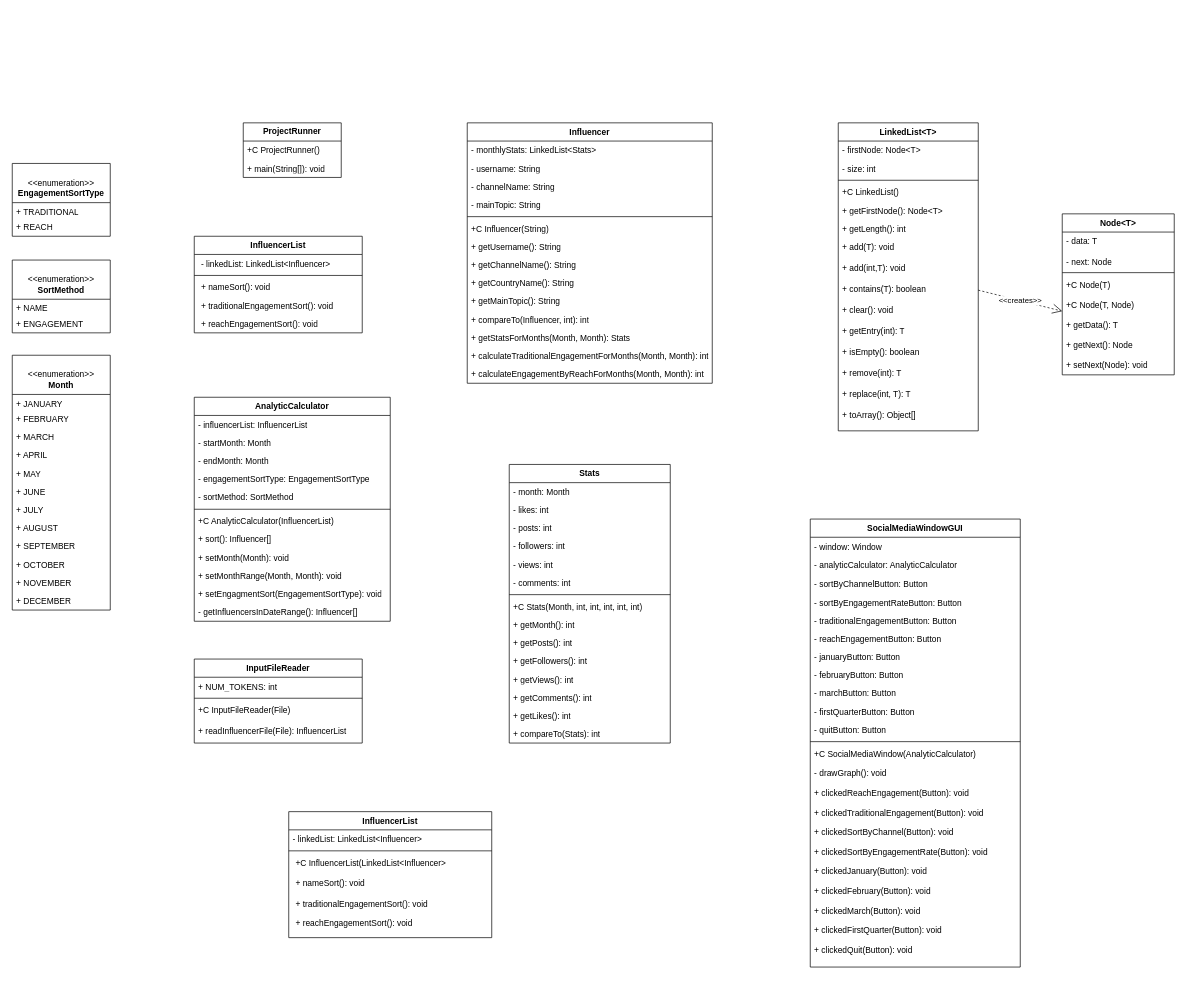
joshuap00/Prj5_UML keeps this draw.io diagram as Project5_UML.drawio. Above is the earlier version. Source tidied: cells renumbered, new cells numbered last; positions are measured from the earlier drawing's top-left corner, leaving out a move shared by most shapes. Both pictures are drawn from the tidied source at 70%, with x=0, y=0 at pixel (12, 122).
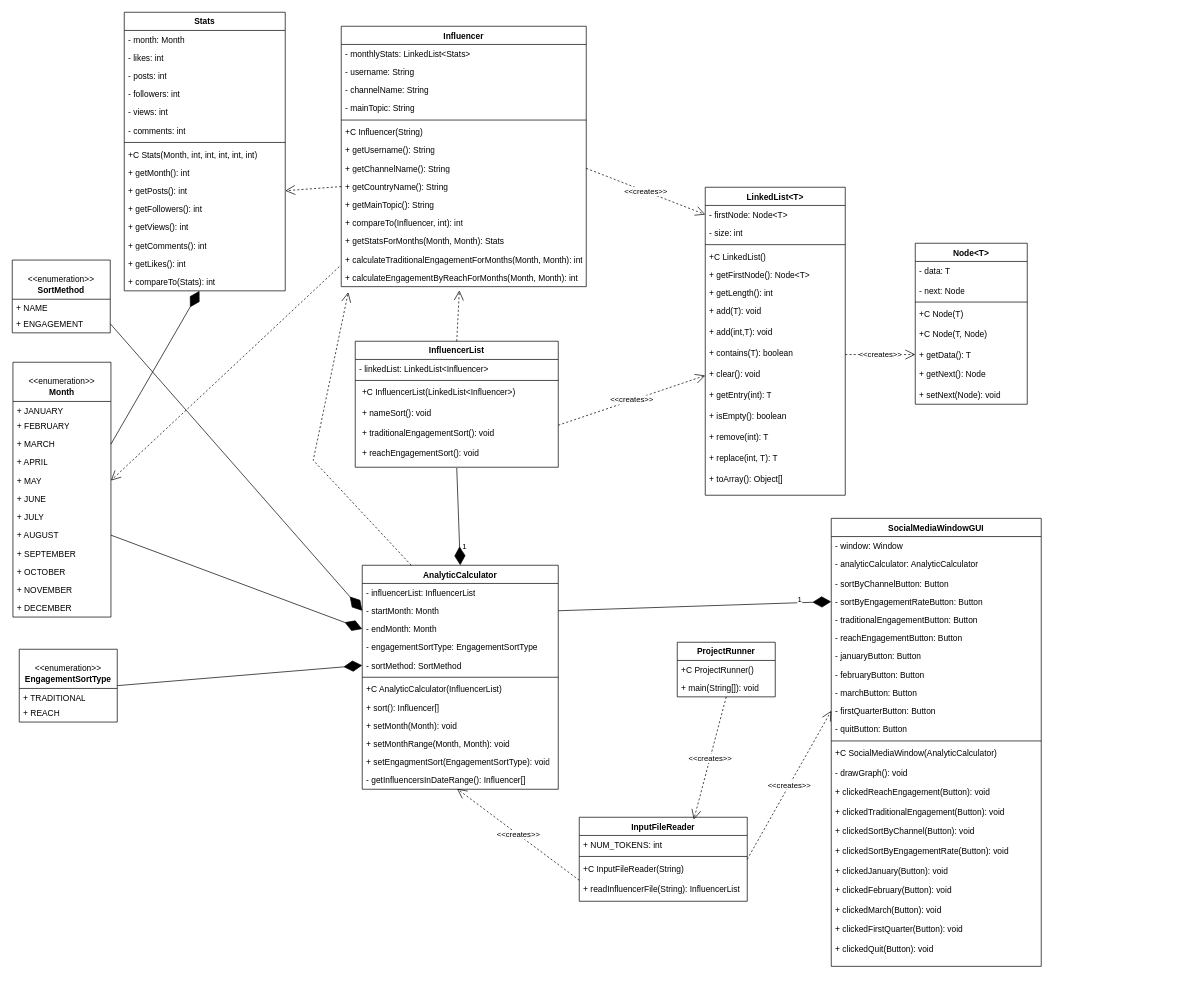
The same page after the edit.

Unchanged cells that the change refers to:
```xml
<mxCell id="10" value="+ getChannelName(): String" style="text;strokeColor=none;fillColor=none;align=left;verticalAlign=top;spacingLeft=4;spacingRight=4;overflow=hidden;points=[[0,0.5],[1,0.5]];portConstraint=eastwest;whiteSpace=wrap;html=1;" parent="2" vertex="1">
  <mxGeometry y="190" width="350" height="26" as="geometry" />
</mxCell>
<mxCell id="11" value="+ getCountryName(): String" style="text;strokeColor=none;fillColor=none;align=left;verticalAlign=top;spacingLeft=4;spacingRight=4;overflow=hidden;points=[[0,0.5],[1,0.5]];portConstraint=eastwest;whiteSpace=wrap;html=1;" parent="2" vertex="1">
  <mxGeometry y="216" width="350" height="26" as="geometry" />
</mxCell>
<mxCell id="15" value="+ calculateTraditionalEngagementForMonths(Month, Month): int" style="text;strokeColor=none;fillColor=none;align=left;verticalAlign=top;spacingLeft=4;spacingRight=4;overflow=hidden;points=[[0,0.5],[1,0.5]];portConstraint=eastwest;whiteSpace=wrap;html=1;" parent="2" vertex="1">
  <mxGeometry y="320" width="350" height="26" as="geometry" />
</mxCell>
<mxCell id="16" value="+ calculateEngagementByReachForMonths(Month, Month): int" style="text;strokeColor=none;fillColor=none;align=left;verticalAlign=top;spacingLeft=4;spacingRight=4;overflow=hidden;points=[[0,0.5],[1,0.5]];portConstraint=eastwest;whiteSpace=wrap;html=1;" parent="2" vertex="1">
  <mxGeometry y="346" width="350" height="26" as="geometry" />
</mxCell>
<mxCell id="18" value="- firstNode: Node&lt;T&gt;&#10;" style="text;align=left;verticalAlign=top;spacingLeft=4;spacingRight=4;overflow=hidden;points=[[0,0.5],[1,0.5]];portConstraint=eastwest;rounded=0;shadow=0;html=0;" parent="17" vertex="1">
  <mxGeometry y="26" width="200" height="26" as="geometry" />
</mxCell>
<mxCell id="27" value="+ clear(): void" style="text;strokeColor=none;fillColor=none;align=left;verticalAlign=top;spacingLeft=4;spacingRight=4;overflow=hidden;points=[[0,0.5],[1,0.5]];portConstraint=eastwest;whiteSpace=wrap;html=1;" parent="17" vertex="1">
  <mxGeometry y="254" width="200" height="30" as="geometry" />
</mxCell>
<mxCell id="40" value="+ MARCH" style="text;strokeColor=none;fillColor=none;align=left;verticalAlign=top;spacingLeft=4;spacingRight=4;overflow=hidden;points=[[0,0.5],[1,0.5]];portConstraint=eastwest;whiteSpace=wrap;html=1;" parent="37" vertex="1">
  <mxGeometry y="104" width="140" height="26" as="geometry" />
</mxCell>
<mxCell id="42" value="+ MAY" style="text;strokeColor=none;fillColor=none;align=left;verticalAlign=top;spacingLeft=4;spacingRight=4;overflow=hidden;points=[[0,0.5],[1,0.5]];portConstraint=eastwest;whiteSpace=wrap;html=1;" parent="37" vertex="1">
  <mxGeometry y="156" width="140" height="26" as="geometry" />
</mxCell>
<mxCell id="45" value="+ AUGUST" style="text;strokeColor=none;fillColor=none;align=left;verticalAlign=top;spacingLeft=4;spacingRight=4;overflow=hidden;points=[[0,0.5],[1,0.5]];portConstraint=eastwest;whiteSpace=wrap;html=1;" parent="37" vertex="1">
  <mxGeometry y="234" width="140" height="26" as="geometry" />
</mxCell>
<mxCell id="52" value="- startMonth: Month" style="text;strokeColor=none;fillColor=none;align=left;verticalAlign=top;spacingLeft=4;spacingRight=4;overflow=hidden;points=[[0,0.5],[1,0.5]];portConstraint=eastwest;whiteSpace=wrap;html=1;" parent="50" vertex="1">
  <mxGeometry y="52" width="280" height="26" as="geometry" />
</mxCell>
<mxCell id="53" value="- endMonth: Month" style="text;strokeColor=none;fillColor=none;align=left;verticalAlign=top;spacingLeft=4;spacingRight=4;overflow=hidden;points=[[0,0.5],[1,0.5]];portConstraint=eastwest;whiteSpace=wrap;html=1;" parent="50" vertex="1">
  <mxGeometry y="78" width="280" height="26" as="geometry" />
</mxCell>
<mxCell id="55" value="- sortMethod: SortMethod&lt;div&gt;&lt;br&gt;&lt;/div&gt;" style="text;strokeColor=none;fillColor=none;align=left;verticalAlign=top;spacingLeft=4;spacingRight=4;overflow=hidden;points=[[0,0.5],[1,0.5]];portConstraint=eastwest;whiteSpace=wrap;html=1;" parent="50" vertex="1">
  <mxGeometry y="130" width="280" height="26" as="geometry" />
</mxCell>
<mxCell id="62" value="- getInfluencersInDateRange(): Influencer[]" style="text;strokeColor=none;fillColor=none;align=left;verticalAlign=top;spacingLeft=4;spacingRight=4;overflow=hidden;points=[[0,0.5],[1,0.5]];portConstraint=eastwest;whiteSpace=wrap;html=1;" parent="50" vertex="1">
  <mxGeometry y="294" width="280" height="26" as="geometry" />
</mxCell>
<mxCell id="73" value="+ getPosts(): int" style="text;strokeColor=none;fillColor=none;align=left;verticalAlign=top;spacingLeft=4;spacingRight=4;overflow=hidden;points=[[0,0.5],[1,0.5]];portConstraint=eastwest;whiteSpace=wrap;html=1;" parent="63" vertex="1">
  <mxGeometry y="242" width="230" height="26" as="geometry" />
</mxCell>
<mxCell id="78" value="+ compareTo(Stats): int" style="text;strokeColor=none;fillColor=none;align=left;verticalAlign=top;spacingLeft=4;spacingRight=4;overflow=hidden;points=[[0,0.5],[1,0.5]];portConstraint=eastwest;whiteSpace=wrap;html=1;" parent="63" vertex="1">
  <mxGeometry y="372" width="230" height="26" as="geometry" />
</mxCell>
<mxCell id="83" value="- sortByEngagementRateButton: Button" style="text;align=left;verticalAlign=top;spacingLeft=4;spacingRight=4;overflow=hidden;points=[[0,0.5],[1,0.5]];portConstraint=eastwest;" parent="79" vertex="1">
  <mxGeometry y="106" width="300" height="26" as="geometry" />
</mxCell>
<mxCell id="89" value="- firstQuarterButton: Button" style="text;align=left;verticalAlign=top;spacingLeft=4;spacingRight=4;overflow=hidden;points=[[0,0.5],[1,0.5]];portConstraint=eastwest;" parent="79" vertex="1">
  <mxGeometry y="262" width="300" height="26" as="geometry" />
</mxCell>
<mxCell id="116" value="+ ENGAGEMENT" style="text;strokeColor=none;fillColor=none;align=left;verticalAlign=top;spacingLeft=4;spacingRight=4;overflow=hidden;points=[[0,0.5],[1,0.5]];portConstraint=eastwest;whiteSpace=wrap;html=1;" parent="114" vertex="1">
  <mxGeometry y="78" width="140" height="26" as="geometry" />
</mxCell>
```

Diff of the diagram source:
```diff
@@
     <mxCell id="2" value="Influencer" style="swimlane;fontStyle=1;align=center;verticalAlign=top;horizontal=1;startSize=26;rounded=0;shadow=0;strokeWidth=1;labelBackgroundColor=default;" parent="1" vertex="1">
-      <mxGeometry x="650" width="350" height="372" as="geometry" />
+      <mxGeometry x="470" y="-138" width="350" height="372" as="geometry" />
     </mxCell>
@@
     <mxCell id="17" value="LinkedList&lt;T&gt;" style="swimlane;fontStyle=1;align=center;verticalAlign=top;horizontal=1;startSize=26;rounded=0;shadow=0;strokeWidth=1;" parent="1" vertex="1">
-      <mxGeometry x="1180" width="200" height="440" as="geometry" />
+      <mxGeometry x="990" y="92" width="200" height="440" as="geometry" />
     </mxCell>
@@
     <mxCell id="33" value="InputFileReader" style="swimlane;fontStyle=1;align=center;verticalAlign=top;horizontal=1;startSize=26;whiteSpace=wrap;html=1;" parent="1" vertex="1">
-      <mxGeometry x="260" y="766" width="240" height="120" as="geometry" />
+      <mxGeometry x="810" y="992" width="240" height="120" as="geometry" />
     </mxCell>
@@
-    <mxCell id="36" value="&lt;div&gt;+C InputFileReader(File)&lt;/div&gt;&lt;div&gt;&lt;br&gt;&lt;/div&gt;+ readInfluencerFile(File): InfluencerList&lt;div&gt;&lt;div&gt;&lt;br&gt;&lt;/div&gt;&lt;/div&gt;" style="text;strokeColor=none;fillColor=none;align=left;verticalAlign=top;spacingLeft=4;spacingRight=4;overflow=hidden;points=[[0,0.5],[1,0.5]];portConstraint=eastwest;whiteSpace=wrap;html=1;" parent="33" vertex="1">
+    <mxCell id="36" value="&lt;div&gt;+C InputFileReader(String)&lt;/div&gt;&lt;div&gt;&lt;br&gt;&lt;/div&gt;+ readInfluencerFile(String): InfluencerList&lt;div&gt;&lt;div&gt;&lt;br&gt;&lt;/div&gt;&lt;/div&gt;" style="text;strokeColor=none;fillColor=none;align=left;verticalAlign=top;spacingLeft=4;spacingRight=4;overflow=hidden;points=[[0,0.5],[1,0.5]];portConstraint=eastwest;whiteSpace=wrap;html=1;" parent="33" vertex="1">
       <mxGeometry y="60" width="240" height="60" as="geometry" />
     </mxCell>
     <mxCell id="37" value="&lt;div&gt;&lt;span style=&quot;font-weight: normal;&quot;&gt;&lt;br&gt;&lt;/span&gt;&lt;/div&gt;&lt;div&gt;&lt;span style=&quot;font-weight: normal;&quot;&gt;&amp;lt;&amp;lt;enumeration&amp;gt;&amp;gt;&lt;/span&gt;&lt;/div&gt;Month" style="swimlane;fontStyle=1;horizontal=1;startSize=56;fillColor=none;whiteSpace=wrap;html=1;" parent="1" vertex="1">
-      <mxGeometry y="332" width="140" height="364" as="geometry" />
+      <mxGeometry x="1" y="342" width="140" height="364" as="geometry" />
     </mxCell>
@@
     <mxCell id="50" value="AnalyticCalculator" style="swimlane;fontStyle=1;align=center;verticalAlign=top;horizontal=1;startSize=26;whiteSpace=wrap;html=1;" parent="1" vertex="1">
-      <mxGeometry x="260" y="392" width="280" height="320" as="geometry" />
+      <mxGeometry x="500" y="632" width="280" height="320" as="geometry" />
     </mxCell>
@@
     <mxCell id="63" value="&lt;b&gt;Stats&lt;/b&gt;" style="swimlane;fontStyle=1;horizontal=1;startSize=26;fillColor=none;whiteSpace=wrap;html=1;" parent="1" vertex="1">
-      <mxGeometry x="710" y="488" width="230" height="398" as="geometry" />
+      <mxGeometry x="160" y="-158" width="230" height="398" as="geometry" />
     </mxCell>
@@
     <mxCell id="79" value="SocialMediaWindowGUI" style="swimlane;fontStyle=1;align=center;verticalAlign=top;horizontal=1;startSize=26;rounded=0;shadow=0;strokeWidth=1;" parent="1" vertex="1">
-      <mxGeometry x="1140" y="566" width="300" height="640" as="geometry" />
+      <mxGeometry x="1170" y="565" width="300" height="640" as="geometry" />
     </mxCell>
@@
     <mxCell id="93" value="&lt;div&gt;&lt;br&gt;&lt;/div&gt;&lt;div&gt;&amp;lt;&amp;lt;enumeration&amp;gt;&amp;gt;&lt;/div&gt;&lt;b&gt;EngagementSortType&lt;/b&gt;" style="swimlane;fontStyle=0;horizontal=1;startSize=56;fillColor=none;whiteSpace=wrap;html=1;" parent="1" vertex="1">
-      <mxGeometry y="58" width="140" height="104" as="geometry" />
+      <mxGeometry x="10" y="752" width="140" height="104" as="geometry" />
     </mxCell>
@@
     <mxCell id="96" value="InfluencerList" style="swimlane;fontStyle=1;align=center;verticalAlign=top;horizontal=1;startSize=26;whiteSpace=wrap;html=1;" parent="1" vertex="1">
-      <mxGeometry x="395" y="984" width="290" height="180" as="geometry" />
+      <mxGeometry x="490" y="312" width="290" height="180" as="geometry" />
     </mxCell>
@@
-    <mxCell id="99" value="&lt;p style=&quot;margin: 0px 0px 0px 4px;&quot;&gt;&lt;span style=&quot;background-color: initial;&quot;&gt;+C InfluencerList(LinkedList&amp;lt;Influencer&amp;gt;&lt;/span&gt;&lt;/p&gt;&lt;p style=&quot;margin: 0px 0px 0px 4px;&quot;&gt;&lt;span style=&quot;background-color: initial;&quot;&gt;&lt;br&gt;&lt;/span&gt;&lt;/p&gt;&lt;p style=&quot;margin: 0px 0px 0px 4px;&quot;&gt;&lt;span style=&quot;background-color: initial;&quot;&gt;+ nameSort(): void&lt;/span&gt;&lt;/p&gt;&lt;p style=&quot;margin: 0px 0px 0px 4px;&quot;&gt;&lt;span style=&quot;background-color: initial;&quot;&gt;&lt;br&gt;&lt;/span&gt;&lt;/p&gt;&lt;p style=&quot;margin: 0px 0px 0px 4px;&quot;&gt;+ traditionalEngagementSort(): void&lt;/p&gt;&lt;p style=&quot;margin: 0px 0px 0px 4px;&quot;&gt;&lt;br&gt;&lt;/p&gt;&lt;p style=&quot;margin: 0px 0px 0px 4px;&quot;&gt;+ reachEngagementSort(): void&lt;/p&gt;&lt;p style=&quot;margin: 0px 0px 0px 4px;&quot;&gt;&lt;br&gt;&lt;/p&gt;" style="text;strokeColor=none;fillColor=none;align=left;verticalAlign=top;spacingLeft=4;spacingRight=4;overflow=hidden;points=[[0,0.5],[1,0.5]];portConstraint=eastwest;whiteSpace=wrap;html=1;" parent="96" vertex="1">
+    <mxCell id="99" value="&lt;p style=&quot;margin: 0px 0px 0px 4px;&quot;&gt;&lt;span style=&quot;background-color: initial;&quot;&gt;+C InfluencerList(LinkedList&amp;lt;Influencer&amp;gt;)&lt;/span&gt;&lt;/p&gt;&lt;p style=&quot;margin: 0px 0px 0px 4px;&quot;&gt;&lt;span style=&quot;background-color: initial;&quot;&gt;&lt;br&gt;&lt;/span&gt;&lt;/p&gt;&lt;p style=&quot;margin: 0px 0px 0px 4px;&quot;&gt;&lt;span style=&quot;background-color: initial;&quot;&gt;+ nameSort(): void&lt;/span&gt;&lt;/p&gt;&lt;p style=&quot;margin: 0px 0px 0px 4px;&quot;&gt;&lt;span style=&quot;background-color: initial;&quot;&gt;&lt;br&gt;&lt;/span&gt;&lt;/p&gt;&lt;p style=&quot;margin: 0px 0px 0px 4px;&quot;&gt;+ traditionalEngagementSort(): void&lt;/p&gt;&lt;p style=&quot;margin: 0px 0px 0px 4px;&quot;&gt;&lt;br&gt;&lt;/p&gt;&lt;p style=&quot;margin: 0px 0px 0px 4px;&quot;&gt;+ reachEngagementSort(): void&lt;/p&gt;&lt;p style=&quot;margin: 0px 0px 0px 4px;&quot;&gt;&lt;br&gt;&lt;/p&gt;" style="text;strokeColor=none;fillColor=none;align=left;verticalAlign=top;spacingLeft=4;spacingRight=4;overflow=hidden;points=[[0,0.5],[1,0.5]];portConstraint=eastwest;whiteSpace=wrap;html=1;" parent="96" vertex="1">
       <mxGeometry y="60" width="290" height="120" as="geometry" />
     </mxCell>
-    <mxCell id="100" value="&lt;b&gt;InfluencerList&lt;/b&gt;" style="swimlane;fontStyle=0;horizontal=1;startSize=26;fillColor=none;whiteSpace=wrap;html=1;" parent="1" vertex="1">
-      <mxGeometry x="260" y="162" width="240" height="138" as="geometry" />
-    </mxCell>
-    <mxCell id="101" value="&lt;p style=&quot;margin: 0px 0px 0px 4px;&quot;&gt;- linkedList: LinkedList&amp;lt;Influencer&amp;gt;&lt;/p&gt;&lt;div&gt;&lt;br&gt;&lt;/div&gt;&lt;p style=&quot;margin: 0px 0px 0px 4px;&quot;&gt;&lt;/p&gt;" style="text;strokeColor=none;fillColor=none;align=left;verticalAlign=top;spacingLeft=4;spacingRight=4;overflow=hidden;whiteSpace=wrap;html=1;" parent="100" vertex="1">
-      <mxGeometry y="26" width="240" height="26" as="geometry" />
-    </mxCell>
-    <mxCell id="102" style="line;strokeWidth=1;fillColor=none;align=left;verticalAlign=middle;spacingTop=-1;spacingLeft=3;spacingRight=3;labelPosition=right;strokeColor=inherit;" parent="100" vertex="1">
-      <mxGeometry y="52" width="240" height="8" as="geometry" />
-    </mxCell>
-    <mxCell id="103" value="&lt;p style=&quot;margin: 0px 0px 0px 4px;&quot;&gt;&lt;span style=&quot;background-color: initial;&quot;&gt;+ nameSort(): void&lt;/span&gt;&lt;/p&gt;&lt;div&gt;&lt;span style=&quot;background-color: initial;&quot;&gt;&lt;br&gt;&lt;/span&gt;&lt;/div&gt;" style="text;strokeColor=none;fillColor=none;align=left;verticalAlign=top;spacingLeft=4;spacingRight=4;overflow=hidden;whiteSpace=wrap;html=1;" parent="100" vertex="1">
-      <mxGeometry y="60" width="240" height="26" as="geometry" />
-    </mxCell>
-    <mxCell id="104" value="&lt;p style=&quot;margin: 0px 0px 0px 4px;&quot;&gt;&lt;span style=&quot;background-color: initial;&quot;&gt;+ traditionalEngagementSort(): void&lt;/span&gt;&lt;/p&gt;" style="text;strokeColor=none;fillColor=none;align=left;verticalAlign=top;spacingLeft=4;spacingRight=4;overflow=hidden;whiteSpace=wrap;html=1;" parent="100" vertex="1">
-      <mxGeometry y="86" width="240" height="26" as="geometry" />
-    </mxCell>
-    <mxCell id="105" value="&lt;p style=&quot;margin: 0px 0px 0px 4px;&quot;&gt;&lt;span style=&quot;background-color: initial;&quot;&gt;+ reachEngagementSort(): void&lt;/span&gt;&lt;/p&gt;&lt;p style=&quot;margin: 0px 0px 0px 4px;&quot;&gt;&lt;br&gt;&lt;/p&gt;" style="text;strokeColor=none;fillColor=none;align=left;verticalAlign=top;spacingLeft=4;spacingRight=4;overflow=hidden;whiteSpace=wrap;html=1;" parent="100" vertex="1">
-      <mxGeometry y="112" width="240" height="26" as="geometry" />
-    </mxCell>
     <mxCell id="106" value="Node&amp;lt;T&amp;gt;" style="swimlane;fontStyle=1;align=center;verticalAlign=top;horizontal=1;startSize=26;whiteSpace=wrap;html=1;" parent="1" vertex="1">
-      <mxGeometry x="1500" y="130" width="160" height="230" as="geometry" />
+      <mxGeometry x="1290" y="172" width="160" height="230" as="geometry" />
     </mxCell>
@@
     <mxCell id="110" value="&lt;span style=&quot;font-weight: 700;&quot;&gt;ProjectRunner&lt;/span&gt;" style="swimlane;fontStyle=0;horizontal=1;startSize=26;fillColor=none;whiteSpace=wrap;html=1;" parent="1" vertex="1">
-      <mxGeometry x="330" width="140" height="78" as="geometry" />
+      <mxGeometry x="950" y="742" width="140" height="78" as="geometry" />
     </mxCell>
@@
+    <mxCell id="117" style="endArrow=diamondThin;endFill=1;endSize=24;html=1;rounded=0;exitX=1;exitY=0.5;exitDx=0;exitDy=0;entryX=0;entryY=0.5;entryDx=0;entryDy=0;" parent="1" edge="1" source="52" target="83">
+      <mxGeometry relative="1" as="geometry" />
+    </mxCell>
+    <mxCell id="118" value="1&lt;div&gt;&lt;br&gt;&lt;/div&gt;" style="edgeLabel;html=1;align=center;verticalAlign=middle;" parent="117" vertex="1">
+      <mxGeometry x="0.77" y="-2" relative="1" as="geometry" />
+    </mxCell>
+    <mxCell id="119" value="&amp;lt;&amp;lt;creates&amp;gt;&amp;gt;" style="endArrow=open;endSize=12;dashed=1;html=1;rounded=0;exitX=0;exitY=0.5;exitDx=0;exitDy=0;entryX=0.484;entryY=0.978;entryDx=0;entryDy=0;entryPerimeter=0;" parent="1" edge="1" source="36" target="62">
+      <mxGeometry relative="1" as="geometry" />
+    </mxCell>
+    <mxCell id="120" value="&amp;lt;&amp;lt;creates&amp;gt;&amp;gt;" style="endArrow=open;endSize=12;dashed=1;html=1;rounded=0;exitX=1;exitY=0.5;exitDx=0;exitDy=0;entryX=0;entryY=0.5;entryDx=0;entryDy=0;" parent="1" edge="1" source="33" target="89">
+      <mxGeometry relative="1" as="geometry" />
+    </mxCell>
+    <mxCell id="121" value="&amp;lt;&amp;lt;creates&amp;gt;&amp;gt;" style="endArrow=open;endSize=12;dashed=1;html=1;rounded=0;entryX=0.682;entryY=0.027;entryDx=0;entryDy=0;entryPerimeter=0;exitX=0.5;exitY=1;exitDx=0;exitDy=0;" parent="1" edge="1" source="110" target="33">
+      <mxGeometry relative="1" as="geometry" />
+    </mxCell>
+    <mxCell id="122" style="endArrow=diamondThin;endFill=1;endSize=24;html=1;rounded=0;entryX=0.5;entryY=0;entryDx=0;entryDy=0;exitX=0.5;exitY=1.009;exitDx=0;exitDy=0;exitPerimeter=0;" parent="1" edge="1" source="99" target="50">
+      <mxGeometry relative="1" as="geometry" />
+    </mxCell>
+    <mxCell id="123" value="1" style="edgeLabel;html=1;align=center;verticalAlign=middle;" parent="122" vertex="1">
+      <mxGeometry x="0.61" y="6" relative="1" as="geometry" />
+    </mxCell>
+    <mxCell id="124" value="&amp;lt;&amp;lt;creates&amp;gt;&amp;gt;" style="endArrow=open;endSize=12;dashed=1;html=1;rounded=0;exitX=1;exitY=0.5;exitDx=0;exitDy=0;entryX=0;entryY=0.5;entryDx=0;entryDy=0;" parent="1" edge="1" source="99" target="27">
+      <mxGeometry relative="1" as="geometry" />
+    </mxCell>
+    <mxCell id="125" value="&amp;lt;&amp;lt;creates&amp;gt;&amp;gt;" style="endArrow=open;endSize=12;dashed=1;html=1;rounded=0;exitX=1;exitY=0.5;exitDx=0;exitDy=0;entryX=0;entryY=0.5;entryDx=0;entryDy=0;" parent="1" edge="1" source="10" target="18">
+      <mxGeometry relative="1" as="geometry" />
+    </mxCell>
+    <mxCell id="126" style="endArrow=open;endSize=12;dashed=1;html=1;rounded=0;exitX=0.25;exitY=0;exitDx=0;exitDy=0;" parent="1" edge="1" source="50">
+      <mxGeometry relative="1" as="geometry">
+        <mxPoint x="480" y="242" as="targetPoint" />
+        <Array as="points">
+          <mxPoint x="430" y="482" />
+        </Array>
+      </mxGeometry>
+    </mxCell>
+    <mxCell id="127" style="endArrow=open;endSize=12;dashed=1;html=1;rounded=0;exitX=-0.008;exitY=0.903;exitDx=0;exitDy=0;exitPerimeter=0;entryX=1;entryY=0.5;entryDx=0;entryDy=0;" parent="1" edge="1" source="15" target="42">
+      <mxGeometry relative="1" as="geometry" />
+    </mxCell>
+    <mxCell id="128" style="endArrow=open;endSize=12;dashed=1;html=1;rounded=0;exitX=0;exitY=0.5;exitDx=0;exitDy=0;entryX=1;entryY=0.5;entryDx=0;entryDy=0;" parent="1" edge="1" source="11" target="73">
+      <mxGeometry relative="1" as="geometry" />
+    </mxCell>
+    <mxCell id="129" style="endArrow=diamondThin;endFill=1;endSize=24;html=1;rounded=0;entryX=0.467;entryY=1.003;entryDx=0;entryDy=0;exitX=1;exitY=0.5;exitDx=0;exitDy=0;entryPerimeter=0;" parent="1" edge="1" source="40" target="78">
+      <mxGeometry relative="1" as="geometry" />
+    </mxCell>
+    <mxCell id="130" style="endArrow=diamondThin;endFill=1;endSize=24;html=1;rounded=0;entryX=0;entryY=0.5;entryDx=0;entryDy=0;exitX=1;exitY=0.5;exitDx=0;exitDy=0;" parent="1" edge="1" source="45" target="53">
+      <mxGeometry relative="1" as="geometry" />
+    </mxCell>
+    <mxCell id="131" style="endArrow=diamondThin;endFill=1;endSize=24;html=1;rounded=0;entryX=0;entryY=0.5;entryDx=0;entryDy=0;exitX=1;exitY=0.5;exitDx=0;exitDy=0;" parent="1" edge="1" source="116" target="52">
+      <mxGeometry relative="1" as="geometry" />
+    </mxCell>
+    <mxCell id="132" style="endArrow=diamondThin;endFill=1;endSize=24;html=1;rounded=0;entryX=0;entryY=0.5;entryDx=0;entryDy=0;exitX=1;exitY=0.5;exitDx=0;exitDy=0;" parent="1" edge="1" source="93" target="55">
+      <mxGeometry relative="1" as="geometry" />
+    </mxCell>
+    <mxCell id="133" style="endArrow=open;endSize=12;dashed=1;html=1;rounded=0;entryX=0.482;entryY=1.206;entryDx=0;entryDy=0;entryPerimeter=0;exitX=0.5;exitY=0;exitDx=0;exitDy=0;" parent="1" edge="1" source="96" target="16">
+      <mxGeometry relative="1" as="geometry" />
+    </mxCell>
```
